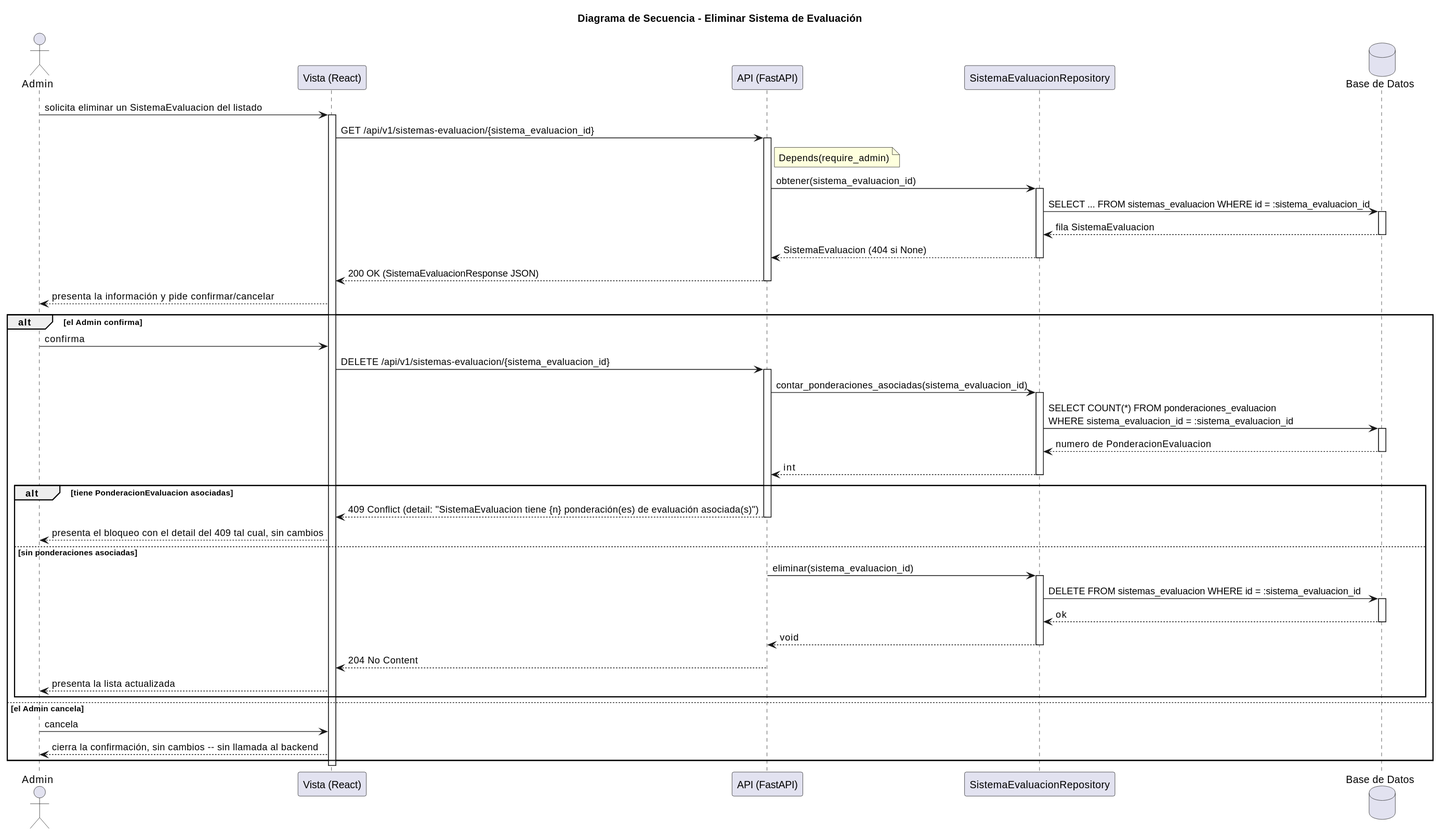
The PlantUML diagram images/RUP/03-diseño/casos-uso/eliminarSistemaEvaluacion/secuencia.svg in mmasias/pyCeldaPublico, before a commit.
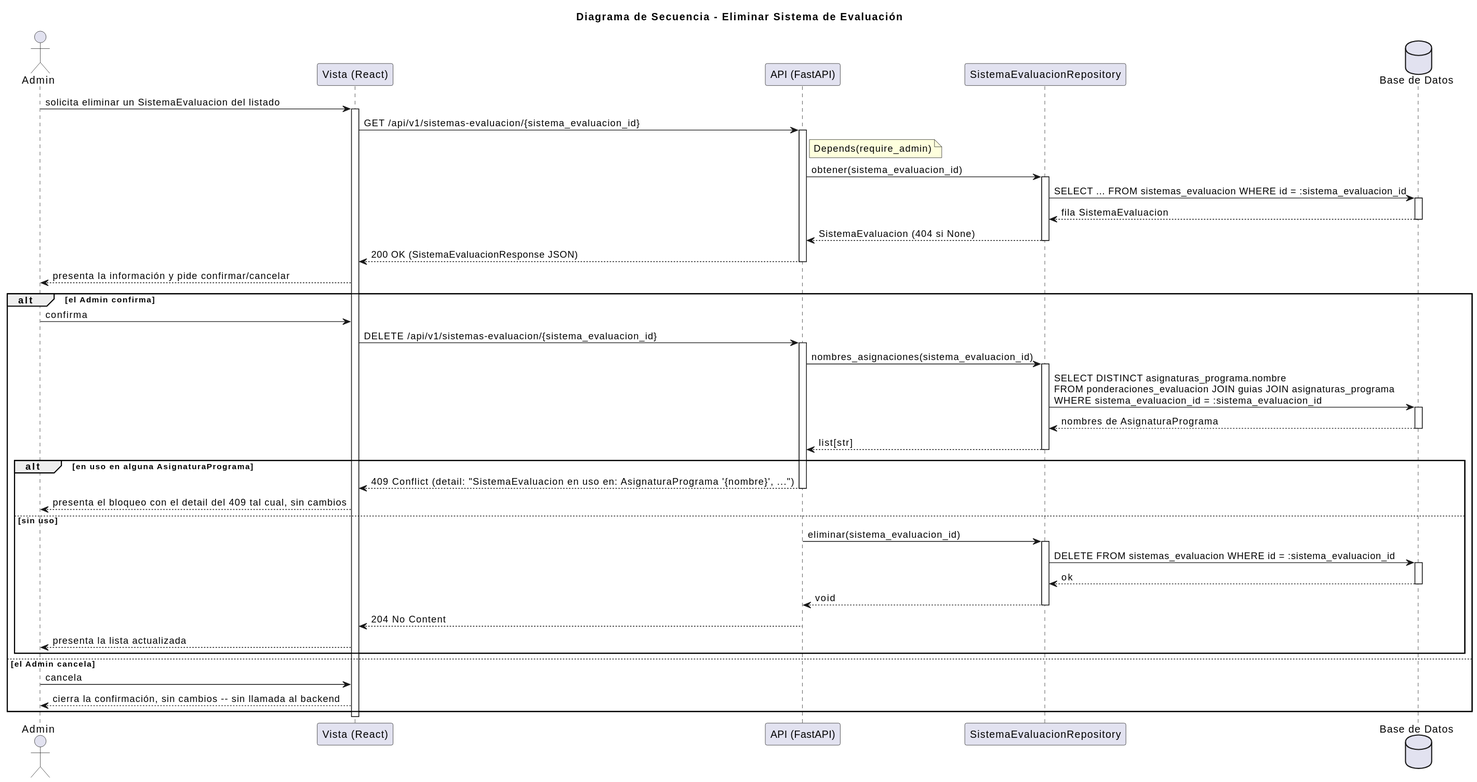
Above is the later version.

The edit, as a diff of the source:
```diff
@@ -28,19 +28,19 @@
   Admin -> Vista: confirma
   Vista -> API: DELETE /api/v1/sistemas-evaluacion/{sistema_evaluacion_id}
   activate API
-  API -> SistemaRepo: contar_ponderaciones_asociadas(sistema_evaluacion_id)
+  API -> SistemaRepo: nombres_asignaciones(sistema_evaluacion_id)
   activate SistemaRepo
-  SistemaRepo -> DB: SELECT COUNT(*) FROM ponderaciones_evaluacion\nWHERE sistema_evaluacion_id = :sistema_evaluacion_id
+  SistemaRepo -> DB: SELECT DISTINCT asignaturas_programa.nombre\nFROM ponderaciones_evaluacion JOIN guias JOIN asignaturas_programa\nWHERE sistema_evaluacion_id = :sistema_evaluacion_id
   activate DB
-  DB --> SistemaRepo: numero de PonderacionEvaluacion
+  DB --> SistemaRepo: nombres de AsignaturaPrograma
   deactivate DB
-  SistemaRepo --> API: int
+  SistemaRepo --> API: list[str]
   deactivate SistemaRepo
-  alt tiene PonderacionEvaluacion asociadas
-    API --> Vista: 409 Conflict (detail: "SistemaEvaluacion tiene {n} ponderación(es) de evaluación asociada(s)")
+  alt en uso en alguna AsignaturaPrograma
+    API --> Vista: 409 Conflict (detail: "SistemaEvaluacion en uso en: AsignaturaPrograma '{nombre}', ...")
     deactivate API
     Vista --> Admin: presenta el bloqueo con el detail del 409 tal cual, sin cambios
-  else sin ponderaciones asociadas
+  else sin uso
     API -> SistemaRepo: eliminar(sistema_evaluacion_id)
     activate SistemaRepo
     SistemaRepo -> DB: DELETE FROM sistemas_evaluacion WHERE id = :sistema_evaluacion_id
```
